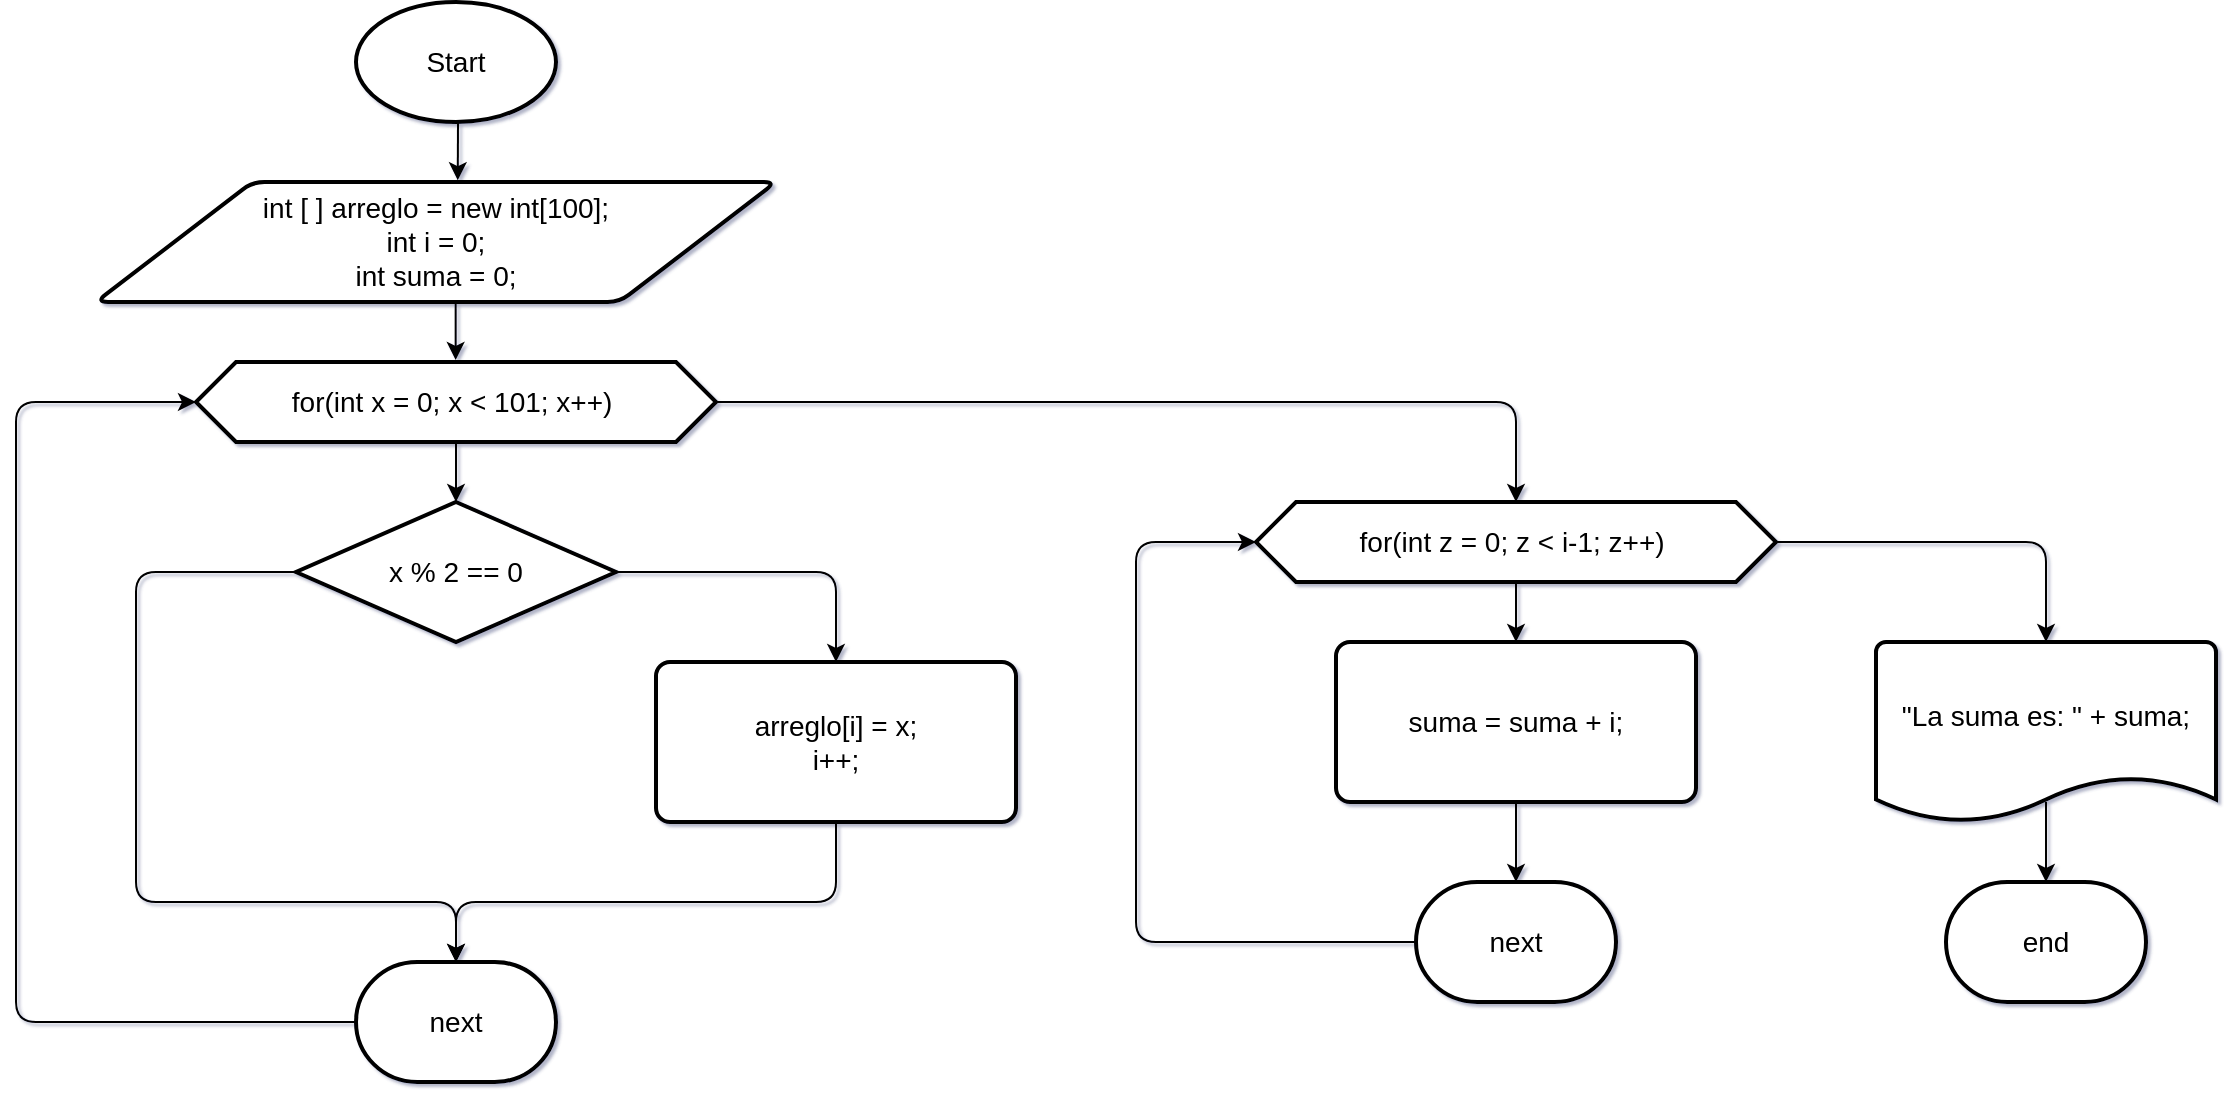
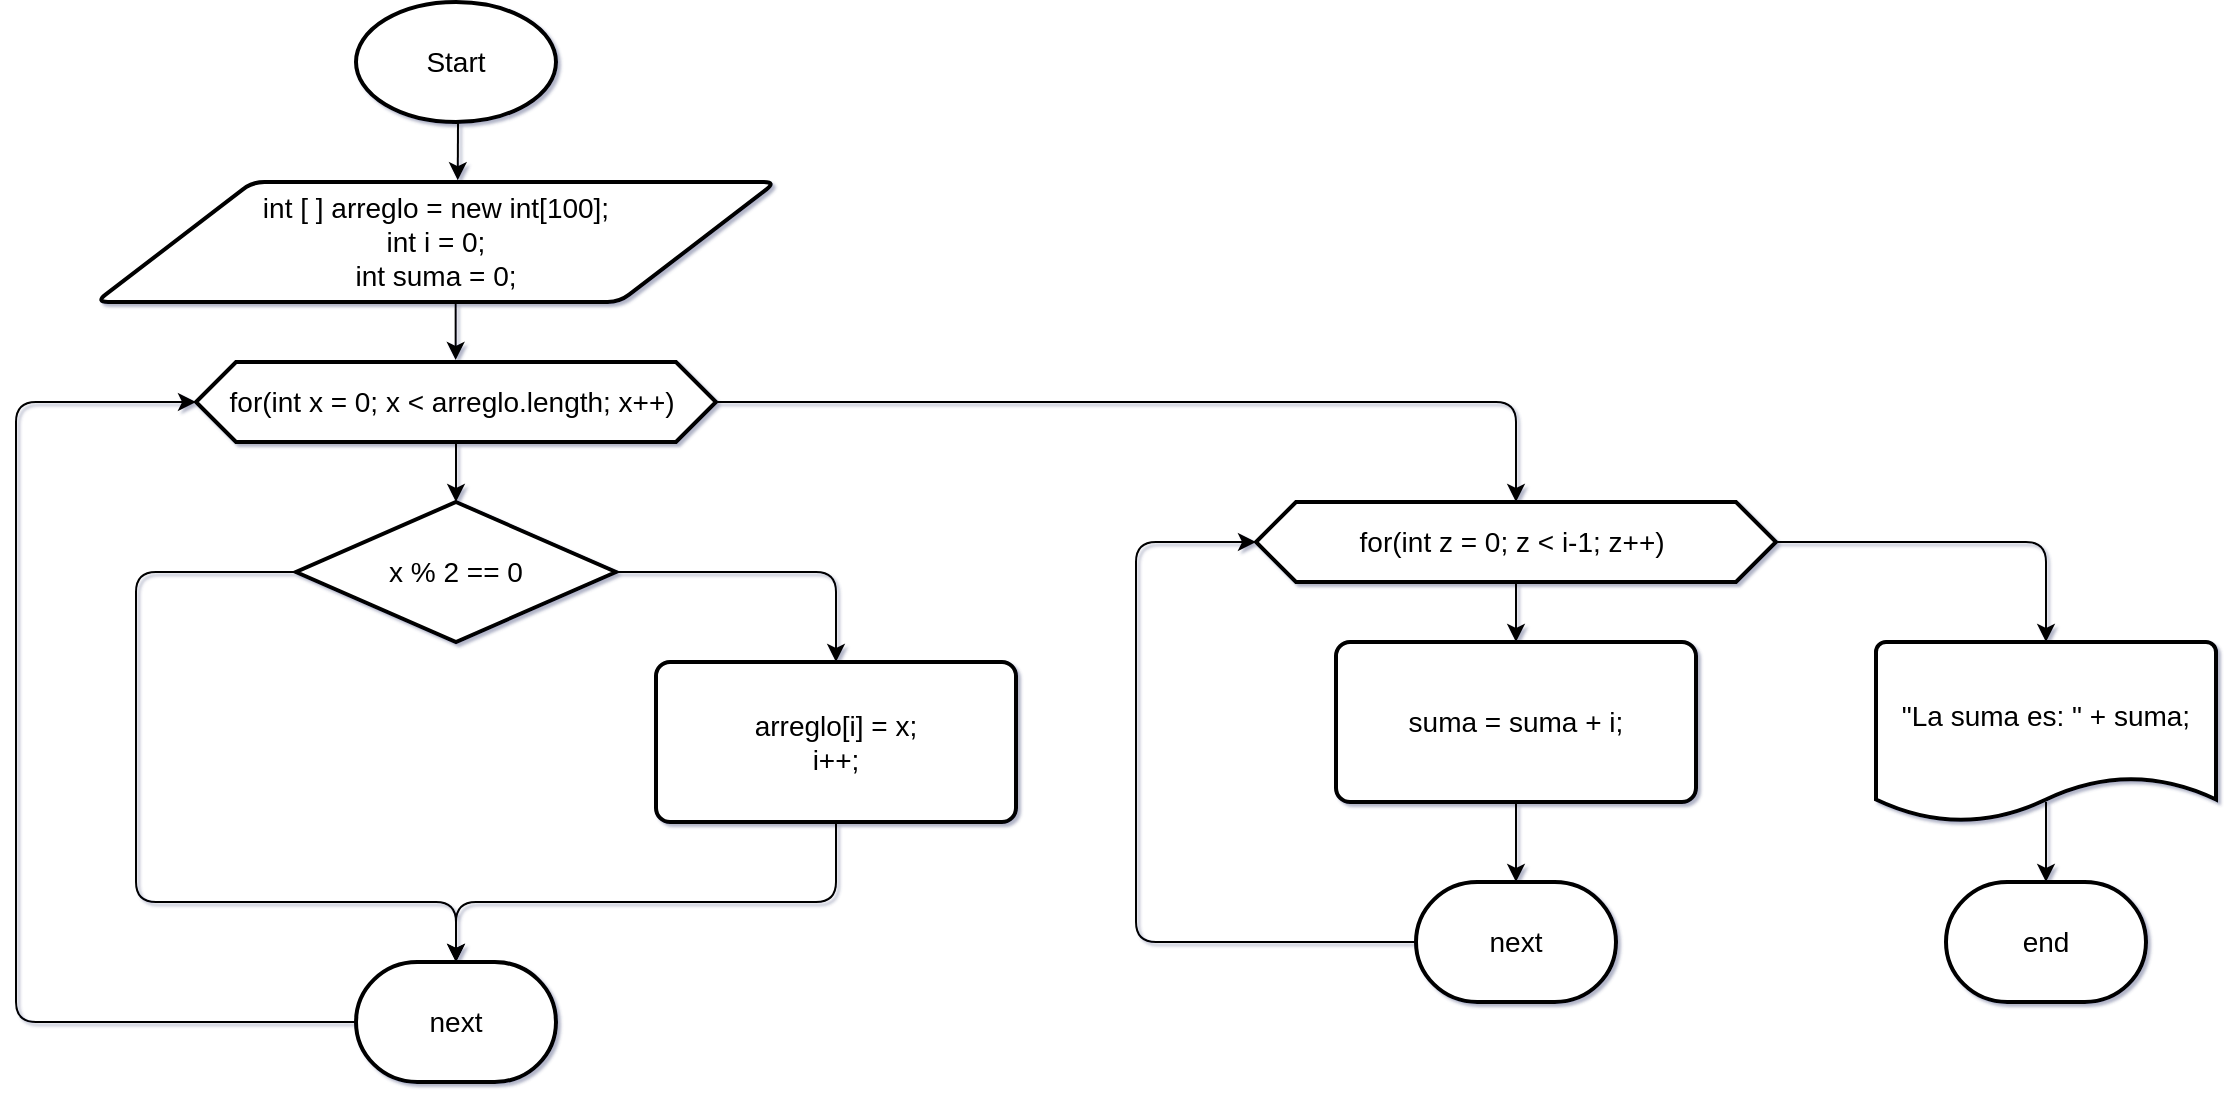
<mxfile host="65bd71144e">
    <diagram id="AmnvhtA0iGMQnOEvT6FH" name="Page-1">
-         <mxGraphModel dx="2485" dy="991" grid="1" gridSize="10" guides="1" tooltips="1" connect="1" arrows="1" fold="1" page="1" pageScale="1" pageWidth="850" pageHeight="1100" math="0" shadow="1">
+         <mxGraphModel dx="1109" dy="661" grid="1" gridSize="10" guides="1" tooltips="1" connect="1" arrows="1" fold="1" page="1" pageScale="1" pageWidth="850" pageHeight="1100" math="0" shadow="1">
            <root>
                <mxCell id="0"/>
                <mxCell id="1" parent="0"/>
                <mxCell id="2" value="Start" style="strokeWidth=2;html=1;shape=mxgraph.flowchart.start_1;whiteSpace=wrap;fontSize=14;" parent="1" vertex="1">
                    <mxGeometry x="360" y="30" width="100" height="60" as="geometry"/>
                </mxCell>
                <mxCell id="3" value="int [ ] arreglo = new int[100];&lt;br&gt;&lt;div&gt;int i = 0;&lt;/div&gt;&lt;div&gt;int suma = 0;&lt;/div&gt;" style="shape=parallelogram;html=1;strokeWidth=2;perimeter=parallelogramPerimeter;whiteSpace=wrap;rounded=1;arcSize=12;size=0.23;fontSize=14;" parent="1" vertex="1">
                    <mxGeometry x="230" y="120" width="340" height="60" as="geometry"/>
                </mxCell>
                <mxCell id="4" style="edgeStyle=none;html=1;entryX=0.532;entryY=-0.015;entryDx=0;entryDy=0;entryPerimeter=0;fontSize=14;" parent="1" target="3" edge="1">
                    <mxGeometry relative="1" as="geometry">
                        <mxPoint x="411" y="90" as="sourcePoint"/>
                    </mxGeometry>
                </mxCell>
                <mxCell id="6" style="edgeStyle=none;html=1;entryX=0.532;entryY=-0.015;entryDx=0;entryDy=0;entryPerimeter=0;fontSize=14;" parent="1" edge="1">
                    <mxGeometry relative="1" as="geometry">
                        <mxPoint x="409.83" y="180" as="sourcePoint"/>
                        <mxPoint x="409.83" y="209" as="targetPoint"/>
                    </mxGeometry>
                </mxCell>
                <mxCell id="17" style="edgeStyle=none;html=1;entryX=0.5;entryY=0;entryDx=0;entryDy=0;exitX=1;exitY=0.5;exitDx=0;exitDy=0;fontSize=14;" parent="1" source="7" target="18" edge="1">
                    <mxGeometry relative="1" as="geometry">
                        <mxPoint x="980" y="230" as="targetPoint"/>
                        <Array as="points">
                            <mxPoint x="940" y="230"/>
                        </Array>
                    </mxGeometry>
                </mxCell>
-                 <mxCell id="7" value="for(int x = 0; x &amp;lt; 101; x++)&amp;nbsp;" style="shape=hexagon;perimeter=hexagonPerimeter2;whiteSpace=wrap;html=1;fixedSize=1;strokeWidth=2;fontSize=14;" parent="1" vertex="1">
+                 <mxCell id="7" value="for(int x = 0; x &amp;lt; arreglo.length; x++)&amp;nbsp;" style="shape=hexagon;perimeter=hexagonPerimeter2;whiteSpace=wrap;html=1;fixedSize=1;strokeWidth=2;fontSize=14;" parent="1" vertex="1">
                    <mxGeometry x="280" y="210" width="260" height="40" as="geometry"/>
                </mxCell>
                <mxCell id="10" style="edgeStyle=none;html=1;entryX=0.5;entryY=0;entryDx=0;entryDy=0;fontSize=14;" parent="1" source="8" target="11" edge="1">
                    <mxGeometry relative="1" as="geometry">
                        <mxPoint x="630" y="315" as="targetPoint"/>
                        <Array as="points">
                            <mxPoint x="600" y="315"/>
                        </Array>
                    </mxGeometry>
                </mxCell>
                <mxCell id="12" style="edgeStyle=none;html=1;exitX=0;exitY=0.5;exitDx=0;exitDy=0;exitPerimeter=0;fontSize=14;" parent="1" source="8" edge="1">
                    <mxGeometry relative="1" as="geometry">
                        <mxPoint x="410" y="510" as="targetPoint"/>
                        <mxPoint x="329.9999999999999" y="340" as="sourcePoint"/>
                        <Array as="points">
                            <mxPoint x="250" y="315"/>
                            <mxPoint x="250" y="480"/>
                            <mxPoint x="410" y="480"/>
                        </Array>
                    </mxGeometry>
                </mxCell>
                <mxCell id="8" value="x % 2 == 0" style="strokeWidth=2;html=1;shape=mxgraph.flowchart.decision;whiteSpace=wrap;fontSize=14;" parent="1" vertex="1">
                    <mxGeometry x="330" y="280" width="160" height="70" as="geometry"/>
                </mxCell>
                <mxCell id="9" style="edgeStyle=none;html=1;entryX=0.5;entryY=0;entryDx=0;entryDy=0;entryPerimeter=0;fontSize=14;" parent="1" source="7" target="8" edge="1">
                    <mxGeometry relative="1" as="geometry"/>
                </mxCell>
                <mxCell id="13" style="edgeStyle=none;html=1;exitX=0.5;exitY=1;exitDx=0;exitDy=0;fontSize=14;" parent="1" source="11" edge="1">
                    <mxGeometry relative="1" as="geometry">
                        <mxPoint x="409.9999999999999" y="510" as="targetPoint"/>
                        <Array as="points">
                            <mxPoint x="600" y="480"/>
                            <mxPoint x="520" y="480"/>
                            <mxPoint x="410" y="480"/>
                        </Array>
                    </mxGeometry>
                </mxCell>
                <mxCell id="11" value="arreglo[i] = x;&lt;div&gt;i++;&lt;/div&gt;" style="rounded=1;whiteSpace=wrap;html=1;absoluteArcSize=1;arcSize=14;strokeWidth=2;fontSize=14;" parent="1" vertex="1">
                    <mxGeometry x="510" y="360" width="180" height="80" as="geometry"/>
                </mxCell>
                <mxCell id="16" style="edgeStyle=none;html=1;entryX=0;entryY=0.5;entryDx=0;entryDy=0;fontSize=14;" parent="1" source="15" target="7" edge="1">
                    <mxGeometry relative="1" as="geometry">
                        <Array as="points">
                            <mxPoint x="190" y="540"/>
                            <mxPoint x="190" y="230"/>
                        </Array>
                    </mxGeometry>
                </mxCell>
                <mxCell id="15" value="next" style="strokeWidth=2;html=1;shape=mxgraph.flowchart.terminator;whiteSpace=wrap;fontSize=14;" parent="1" vertex="1">
                    <mxGeometry x="360" y="510" width="100" height="60" as="geometry"/>
                </mxCell>
                <mxCell id="21" style="edgeStyle=none;html=1;fontSize=14;" parent="1" source="18" edge="1">
                    <mxGeometry relative="1" as="geometry">
                        <mxPoint x="940" y="350" as="targetPoint"/>
                    </mxGeometry>
                </mxCell>
                <mxCell id="18" value="for(int z = 0; z &amp;lt; i-1; z++)&amp;nbsp;" style="shape=hexagon;perimeter=hexagonPerimeter2;whiteSpace=wrap;html=1;fixedSize=1;strokeWidth=2;fontSize=14;" parent="1" vertex="1">
                    <mxGeometry x="810" y="280" width="260" height="40" as="geometry"/>
                </mxCell>
                <mxCell id="24" value="" style="edgeStyle=none;html=1;fontSize=14;" parent="1" source="22" target="23" edge="1">
                    <mxGeometry relative="1" as="geometry"/>
                </mxCell>
                <mxCell id="22" value="suma = suma + i;" style="rounded=1;whiteSpace=wrap;html=1;absoluteArcSize=1;arcSize=14;strokeWidth=2;fontSize=14;" parent="1" vertex="1">
                    <mxGeometry x="850" y="350" width="180" height="80" as="geometry"/>
                </mxCell>
                <mxCell id="25" style="edgeStyle=none;html=1;entryX=0;entryY=0.5;entryDx=0;entryDy=0;exitX=0;exitY=0.5;exitDx=0;exitDy=0;exitPerimeter=0;fontSize=14;" parent="1" source="23" target="18" edge="1">
                    <mxGeometry relative="1" as="geometry">
                        <Array as="points">
                            <mxPoint x="750" y="500"/>
                            <mxPoint x="750" y="300"/>
                        </Array>
                    </mxGeometry>
                </mxCell>
                <mxCell id="23" value="next" style="strokeWidth=2;html=1;shape=mxgraph.flowchart.terminator;whiteSpace=wrap;fontSize=14;" parent="1" vertex="1">
                    <mxGeometry x="890" y="470" width="100" height="60" as="geometry"/>
                </mxCell>
                <mxCell id="26" value="&quot;La suma es: &quot; + suma;&lt;div&gt;&lt;br&gt;&lt;/div&gt;" style="strokeWidth=2;html=1;shape=mxgraph.flowchart.document2;whiteSpace=wrap;size=0.25;fontSize=14;" parent="1" vertex="1">
                    <mxGeometry x="1120" y="350" width="170" height="90" as="geometry"/>
                </mxCell>
                <mxCell id="27" style="edgeStyle=none;html=1;entryX=0.5;entryY=0;entryDx=0;entryDy=0;entryPerimeter=0;exitX=1;exitY=0.5;exitDx=0;exitDy=0;fontSize=14;" parent="1" source="18" target="26" edge="1">
                    <mxGeometry relative="1" as="geometry">
                        <Array as="points">
                            <mxPoint x="1205" y="300"/>
                        </Array>
                    </mxGeometry>
                </mxCell>
                <mxCell id="28" value="end" style="strokeWidth=2;html=1;shape=mxgraph.flowchart.terminator;whiteSpace=wrap;fontSize=14;" parent="1" vertex="1">
                    <mxGeometry x="1155" y="470" width="100" height="60" as="geometry"/>
                </mxCell>
                <mxCell id="29" style="edgeStyle=none;html=1;entryX=0.5;entryY=0;entryDx=0;entryDy=0;entryPerimeter=0;fontSize=14;" parent="1" target="28" edge="1">
                    <mxGeometry relative="1" as="geometry">
                        <mxPoint x="1205" y="430" as="sourcePoint"/>
                    </mxGeometry>
                </mxCell>
            </root>
        </mxGraphModel>
    </diagram>
</mxfile>